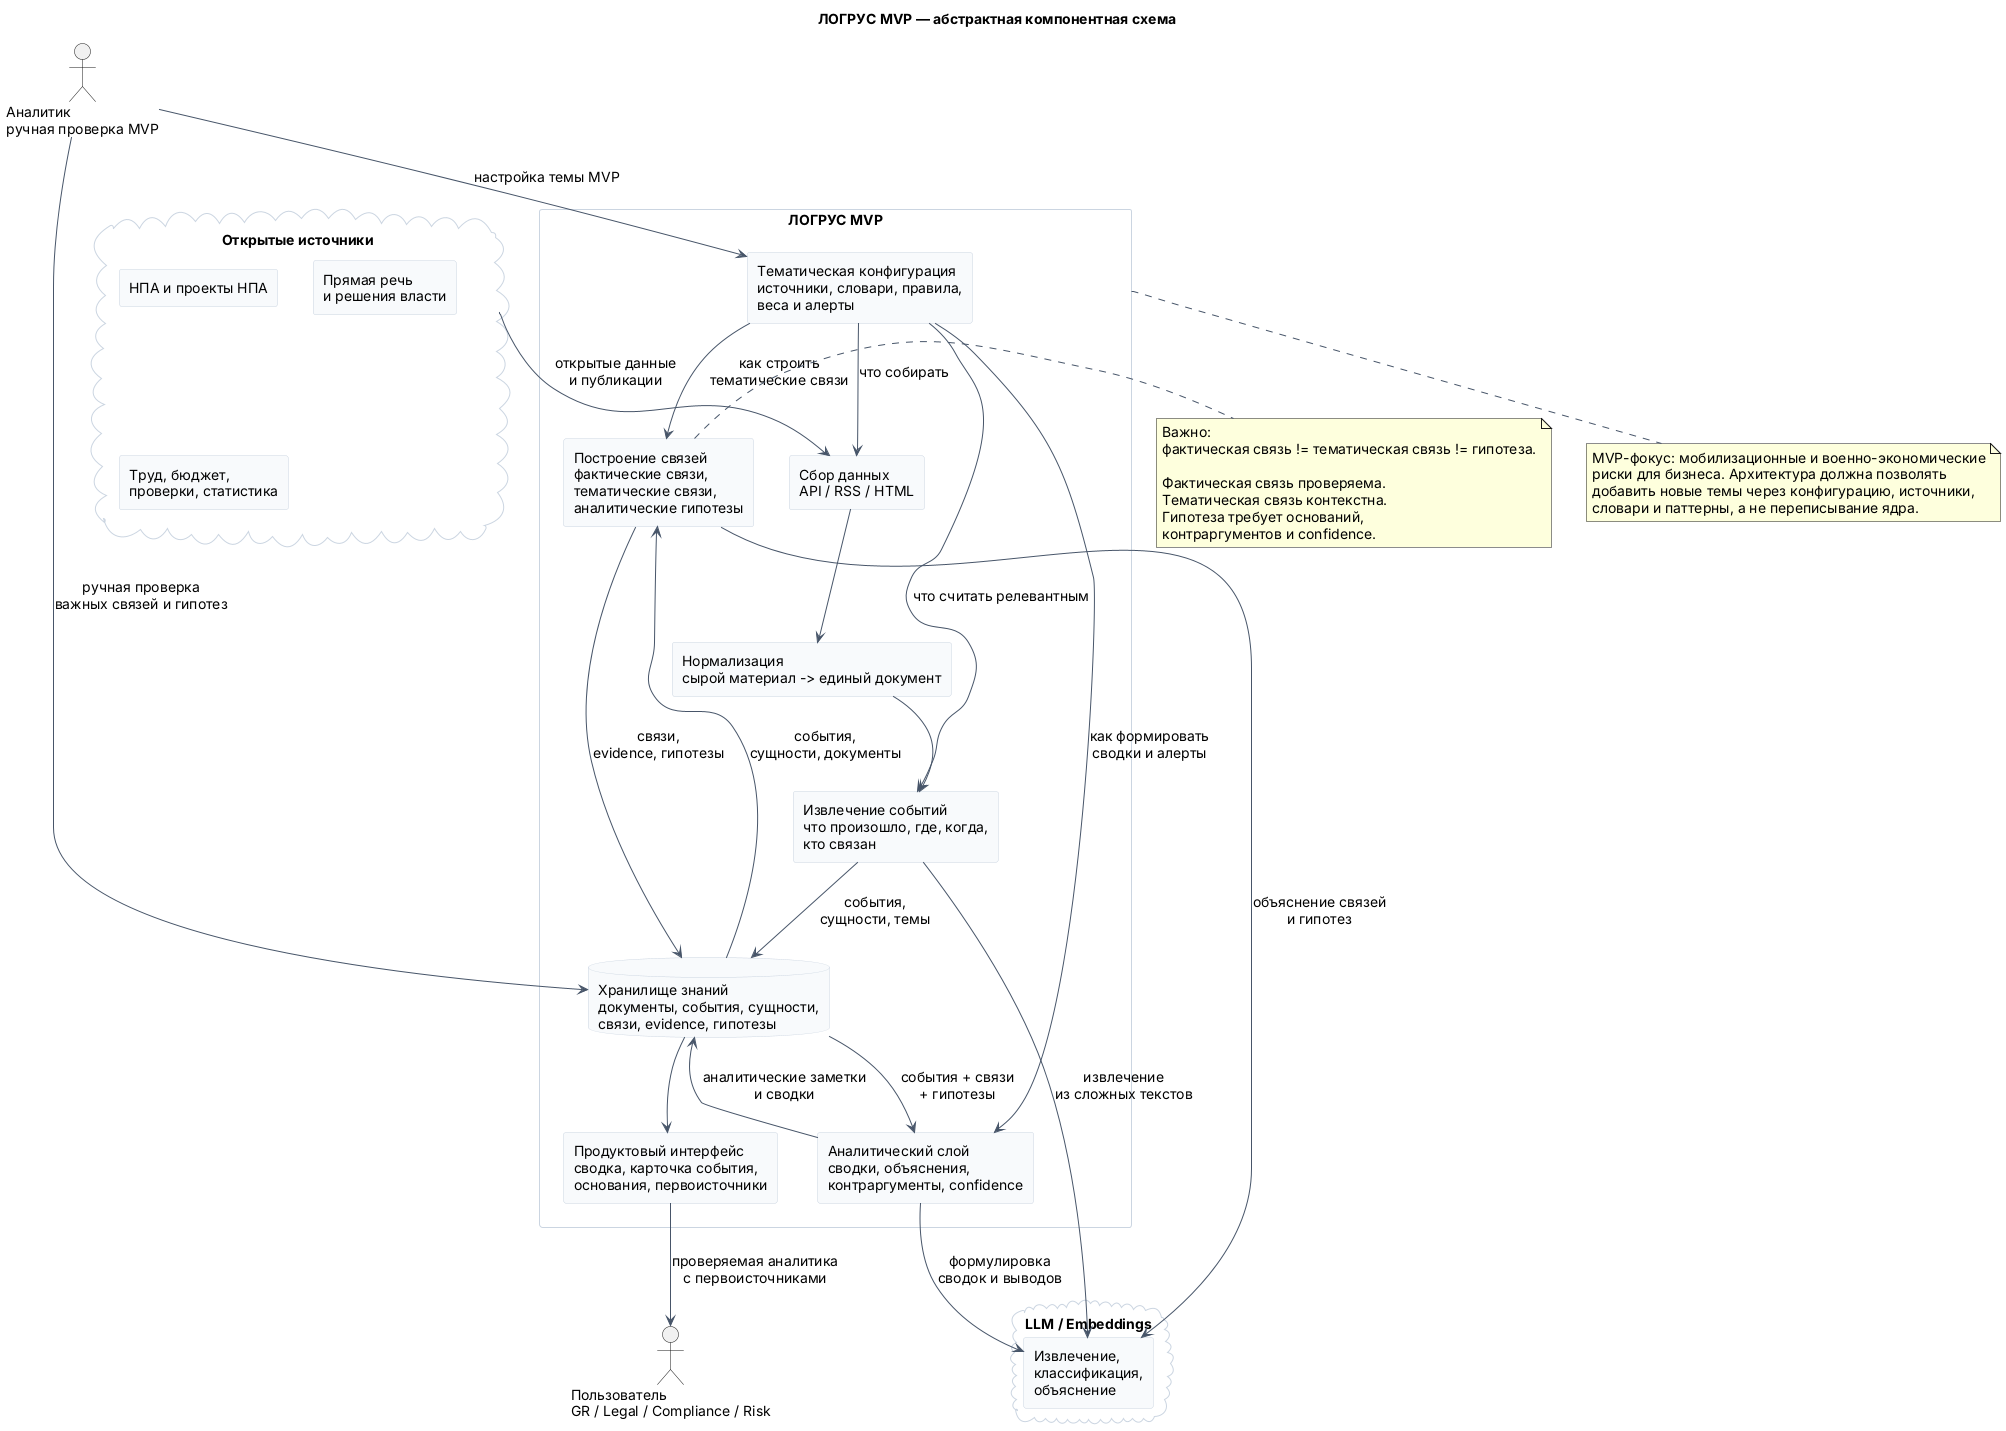
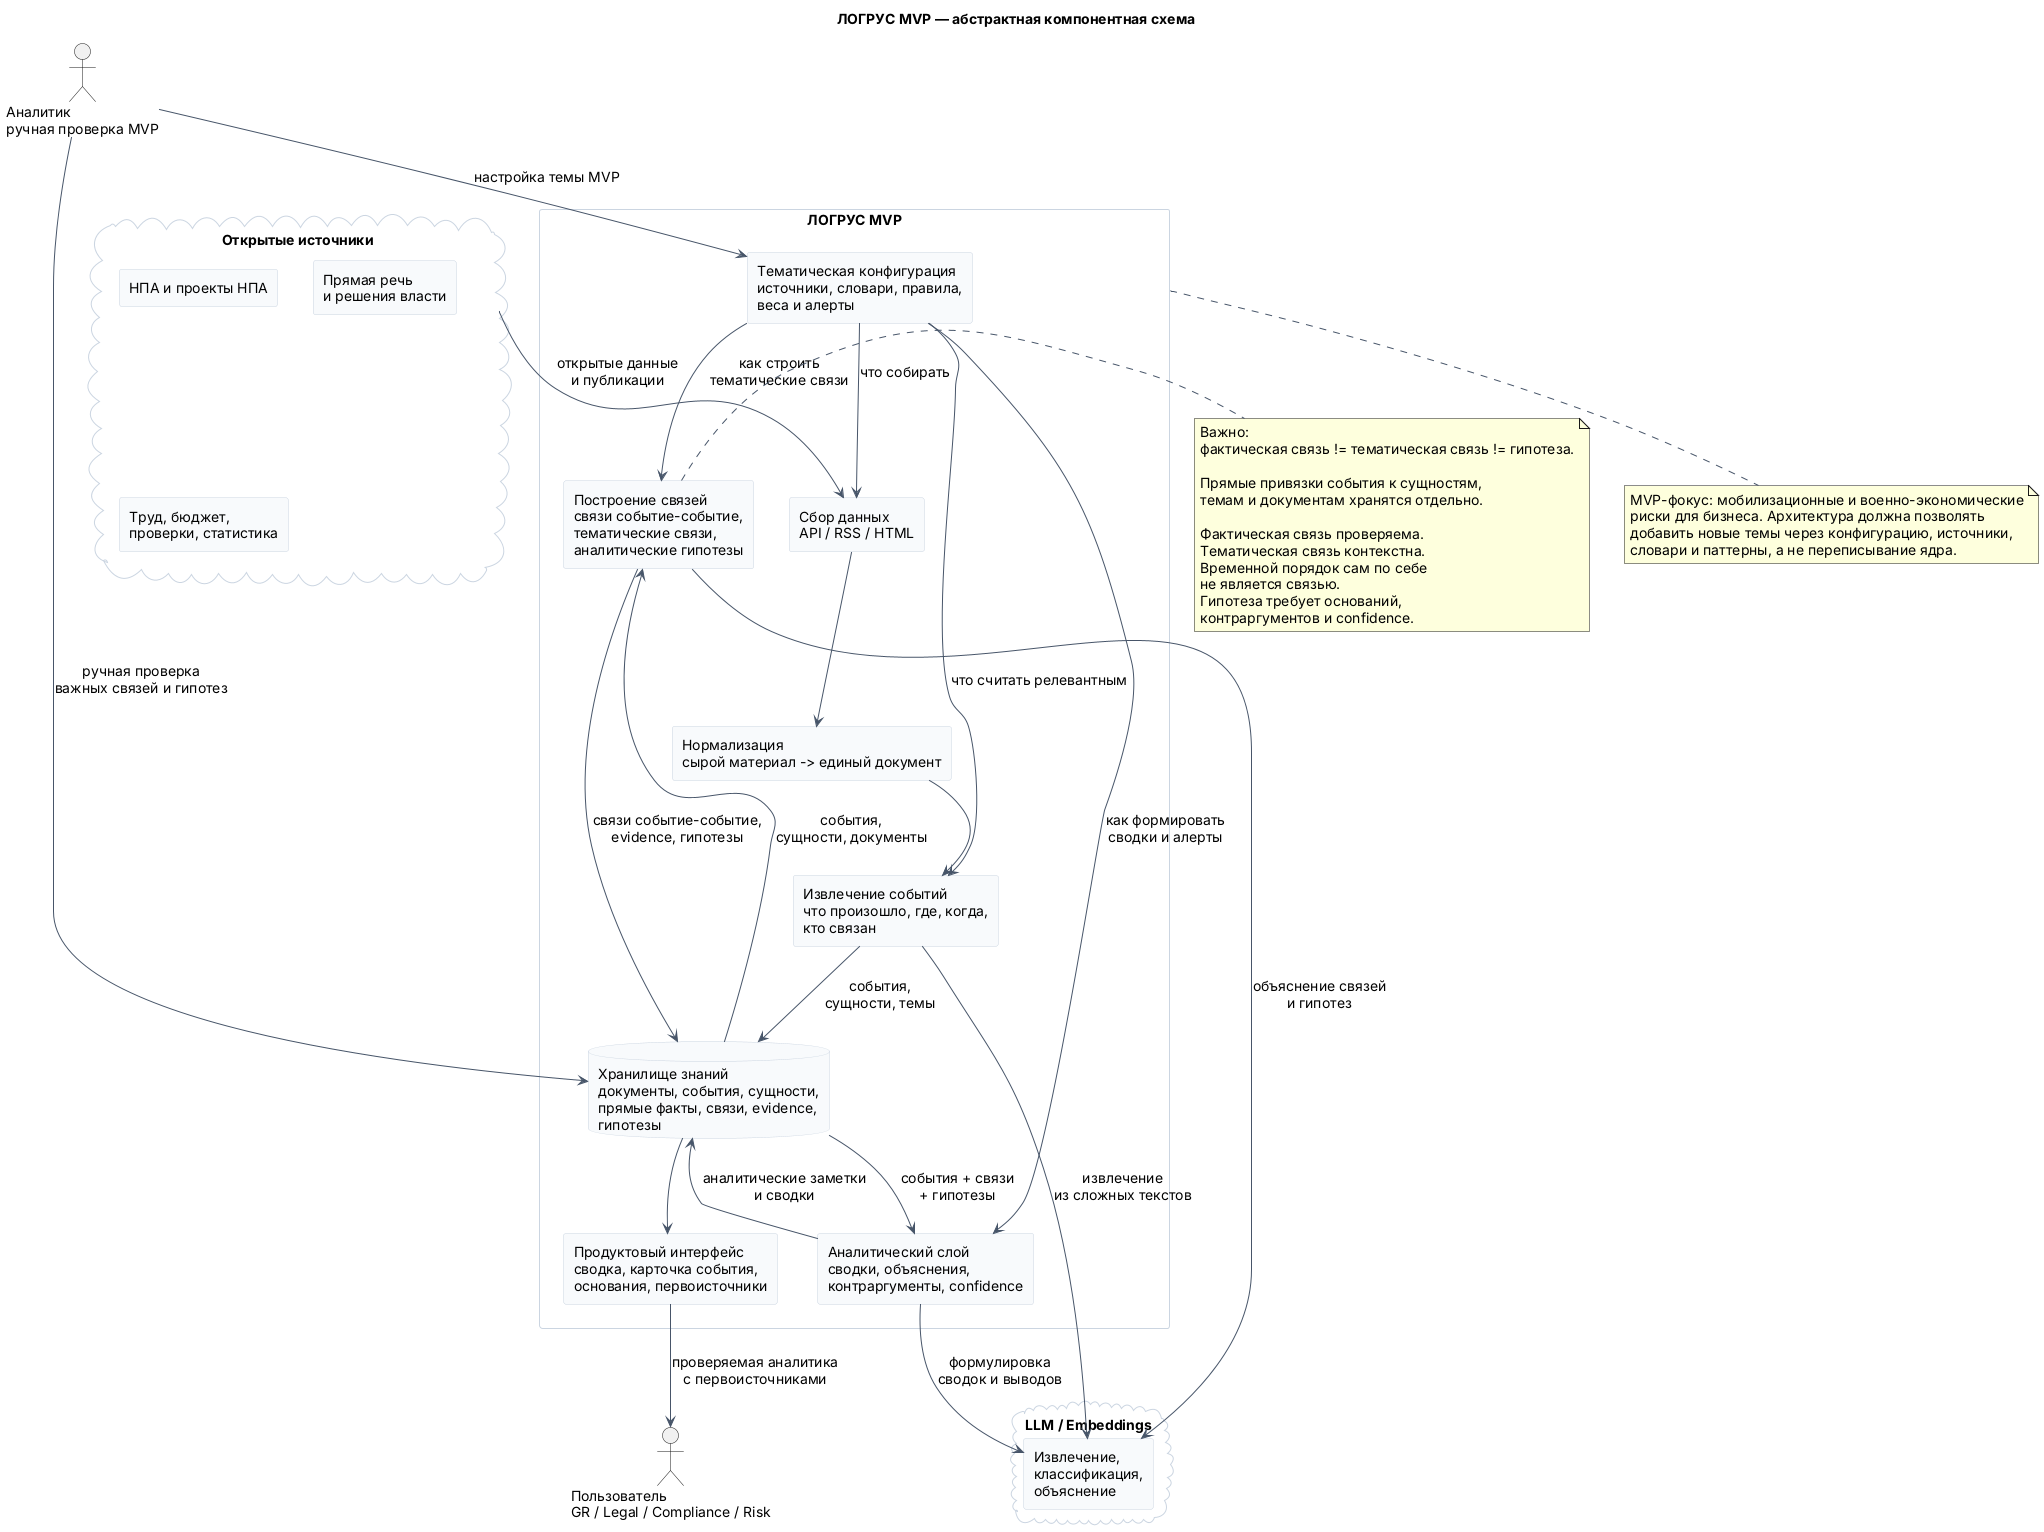
@startuml
title ЛОГРУС MVP — абстрактная компонентная схема

skinparam componentStyle rectangle
skinparam shadowing false
skinparam backgroundColor #FFFFFF
skinparam defaultFontName Inter
skinparam defaultFontSize 14
skinparam packageStyle rectangle
skinparam ArrowColor #475569
skinparam ComponentBorderColor #CBD5E1
skinparam ComponentBackgroundColor #F8FAFC
skinparam DatabaseBorderColor #CBD5E1
skinparam DatabaseBackgroundColor #F8FAFC
skinparam PackageBorderColor #CBD5E1
skinparam PackageBackgroundColor #FFFFFF

actor "Пользователь\nGR / Legal / Compliance / Risk" as User
actor "Аналитик\nручная проверка MVP" as Analyst

cloud "Открытые источники" as Sources {
  component "НПА и проекты НПА" as LegalSources
  component "Прямая речь\nи решения власти" as SpeechSources
  component "Труд, бюджет,\nпроверки, статистика" as FactSources
}

package "ЛОГРУС MVP" as Logrus {
  component "Тематическая конфигурация\nисточники, словари, правила,\nвеса и алерты" as TopicConfig

  component "Сбор данных\nAPI / RSS / HTML" as Ingestion

  component "Нормализация\nсырой материал -> единый документ" as Normalization

  component "Извлечение событий\nчто произошло, где, когда,\nкто связан" as EventLayer

-   component "Построение связей\nфактические связи,\nтематические связи,\nаналитические гипотезы" as RelationLayer
+   component "Построение связей\nсвязи событие-событие,\nтематические связи,\nаналитические гипотезы" as RelationLayer

-   database "Хранилище знаний\nдокументы, события, сущности,\nсвязи, evidence, гипотезы" as KnowledgeStore
+   database "Хранилище знаний\nдокументы, события, сущности,\nпрямые факты, связи, evidence,\nгипотезы" as KnowledgeStore

  component "Аналитический слой\nсводки, объяснения,\nконтраргументы, confidence" as Analytics

  component "Продуктовый интерфейс\nсводка, карточка события,\nоснования, первоисточники" as ProductUI
}

cloud "LLM / Embeddings" as AI {
  component "Извлечение,\nклассификация,\nобъяснение" as AIModels
}

Sources --> Ingestion : открытые данные\nи публикации
TopicConfig --> Ingestion : что собирать
TopicConfig --> EventLayer : что считать релевантным
TopicConfig --> RelationLayer : как строить\nтематические связи
TopicConfig --> Analytics : как формировать\nсводки и алерты

Ingestion --> Normalization
Normalization --> EventLayer
EventLayer --> KnowledgeStore : события,\nсущности, темы
EventLayer --> AIModels : извлечение\nиз сложных текстов

KnowledgeStore --> RelationLayer : события,\nсущности, документы
RelationLayer --> AIModels : объяснение связей\nи гипотез
- RelationLayer --> KnowledgeStore : связи,\nevidence, гипотезы
+ RelationLayer --> KnowledgeStore : связи событие-событие,\nevidence, гипотезы

KnowledgeStore --> Analytics : события + связи\n+ гипотезы
Analytics --> AIModels : формулировка\nсводок и выводов
Analytics --> KnowledgeStore : аналитические заметки\nи сводки

KnowledgeStore --> ProductUI
ProductUI --> User : проверяемая аналитика\nс первоисточниками
Analyst --> KnowledgeStore : ручная проверка\nважных связей и гипотез
Analyst --> TopicConfig : настройка темы MVP

note right of RelationLayer
  Важно:
  фактическая связь != тематическая связь != гипотеза.

+   Прямые привязки события к сущностям,
+   темам и документам хранятся отдельно.
+ 
  Фактическая связь проверяема.
  Тематическая связь контекстна.
+   Временной порядок сам по себе
+   не является связью.
  Гипотеза требует оснований,
  контраргументов и confidence.
end note

note bottom of Logrus
  MVP-фокус: мобилизационные и военно-экономические
  риски для бизнеса. Архитектура должна позволять
  добавить новые темы через конфигурацию, источники,
  словари и паттерны, а не переписывание ядра.
end note

@enduml
